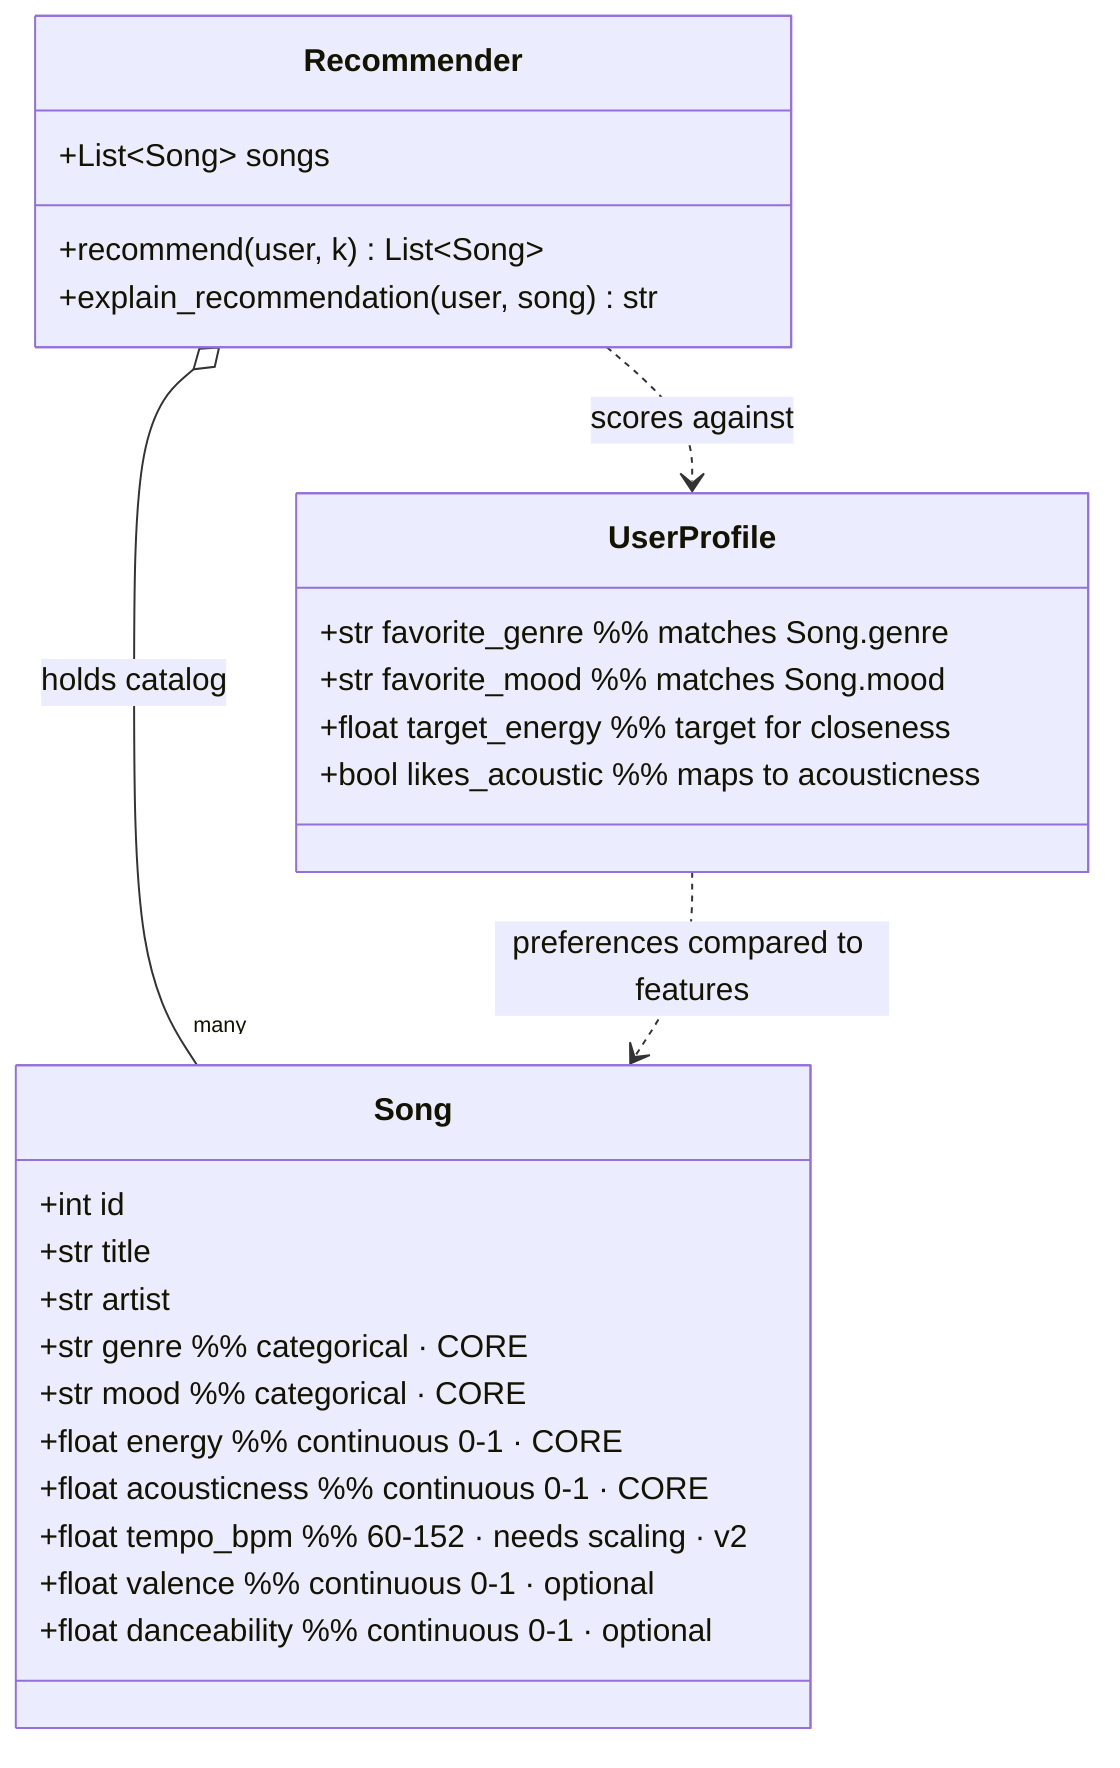
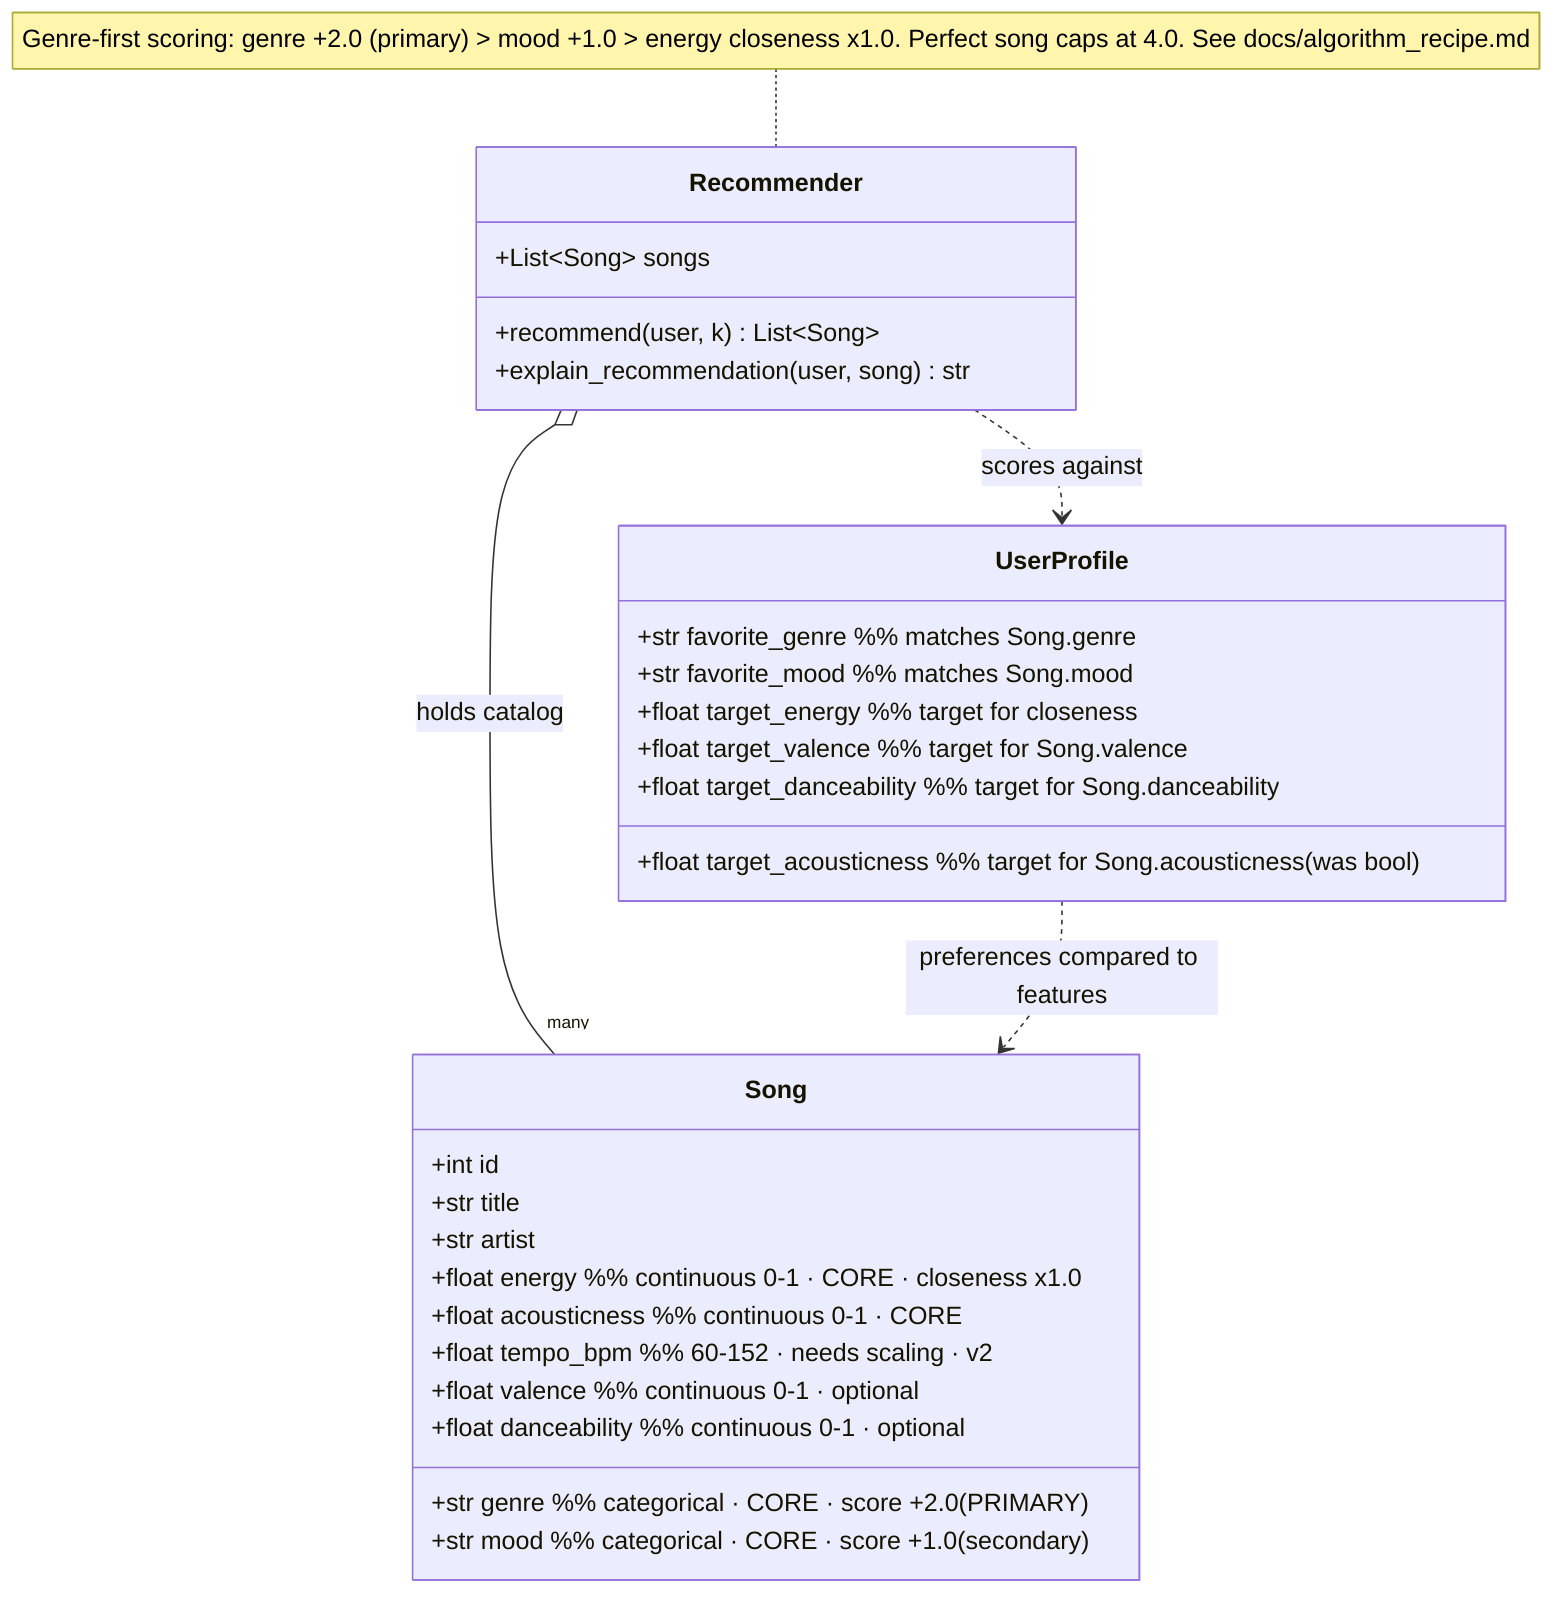
classDiagram
    class Song {
        +int id
        +str title
        +str artist
-         +str genre        %% categorical · CORE
-         +str mood         %% categorical · CORE
-         +float energy     %% continuous 0-1 · CORE
+         +str genre        %% categorical · CORE · score +2.0 (PRIMARY)
+         +str mood         %% categorical · CORE · score +1.0 (secondary)
+         +float energy     %% continuous 0-1 · CORE · closeness x1.0
        +float acousticness  %% continuous 0-1 · CORE
        +float tempo_bpm  %% 60-152 · needs scaling · v2
        +float valence    %% continuous 0-1 · optional
        +float danceability  %% continuous 0-1 · optional
    }

    class UserProfile {
-         +str favorite_genre     %% matches Song.genre
-         +str favorite_mood      %% matches Song.mood
-         +float target_energy    %% target for closeness
-         +bool likes_acoustic    %% maps to acousticness
+         +str favorite_genre         %% matches Song.genre
+         +str favorite_mood          %% matches Song.mood
+         +float target_energy        %% target for closeness
+         +float target_valence       %% target for Song.valence
+         +float target_danceability  %% target for Song.danceability
+         +float target_acousticness  %% target for Song.acousticness (was bool)
    }

    class Recommender {
        +List~Song~ songs
        +recommend(user, k) List~Song~
        +explain_recommendation(user, song) str
    }

    Recommender o-- "many" Song : holds catalog
    Recommender ..> UserProfile : scores against
    UserProfile ..> Song : preferences compared to features
+ 
+     note for Recommender "Genre-first scoring: genre +2.0 (primary) > mood +1.0 > energy closeness x1.0. Perfect song caps at 4.0. See docs/algorithm_recipe.md"
